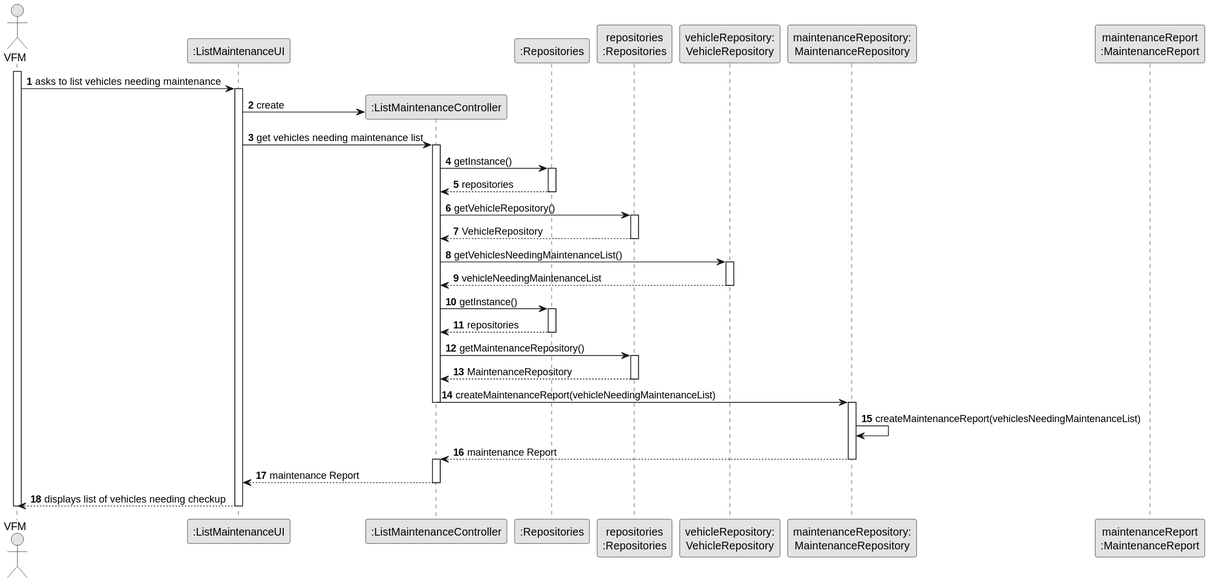
This is docs/sprintC/us008/03.design/svg/us008-sequence-diagram-full.svg from ricardomm7/leaflink, a PlantUML export, as it was before one commit. Its diagram source:
```plantuml
@startuml
skinparam monochrome true
skinparam packageStyle rectangle
skinparam shadowing false

autonumber

actor "VFM" as VFM
participant ":ListMaintenanceUI" as UI
participant ":ListMaintenanceController" as CTRL
participant ":Repositories" as RepositorySingleton
participant "repositories\n:Repositories" as PLAT
participant "vehicleRepository:\nVehicleRepository" as VehicleRepository
participant "maintenanceRepository:\nMaintenanceRepository" as MaintenanceRepository
participant "maintenanceReport\n:MaintenanceReport" as MaintenanceReport

activate VFM

    VFM -> UI : asks to list vehicles needing maintenance
    activate UI

        UI -> CTRL** : create

        UI -> CTRL : get vehicles needing maintenance list
        activate CTRL

            CTRL -> RepositorySingleton : getInstance()
            activate RepositorySingleton

                RepositorySingleton --> CTRL: repositories
            deactivate RepositorySingleton

            CTRL -> PLAT : getVehicleRepository()
            activate PLAT

                PLAT --> CTRL: VehicleRepository
            deactivate PLAT

            CTRL -> VehicleRepository : getVehiclesNeedingMaintenanceList()
            activate VehicleRepository

                VehicleRepository --> CTRL : vehicleNeedingMaintenanceList
            deactivate VehicleRepository


                CTRL -> RepositorySingleton : getInstance()
                activate RepositorySingleton

                    RepositorySingleton --> CTRL: repositories
                deactivate RepositorySingleton

                CTRL -> PLAT : getMaintenanceRepository()
                activate PLAT

                    PLAT --> CTRL: MaintenanceRepository
                deactivate PLAT


                CTRL -> MaintenanceRepository : createMaintenanceReport(vehicleNeedingMaintenanceList)
                deactivate CTRL
                activate MaintenanceRepository

                MaintenanceRepository -> MaintenanceRepository: createMaintenanceReport(vehiclesNeedingMaintenanceList)

                MaintenanceRepository --> CTRL : maintenance Report
                deactivate MaintenanceRepository

            activate CTRL

            CTRL --> UI : maintenance Report
            deactivate CTRL

        UI --> VFM : displays list of vehicles needing checkup
    deactivate UI

deactivate VFM
@enduml
```
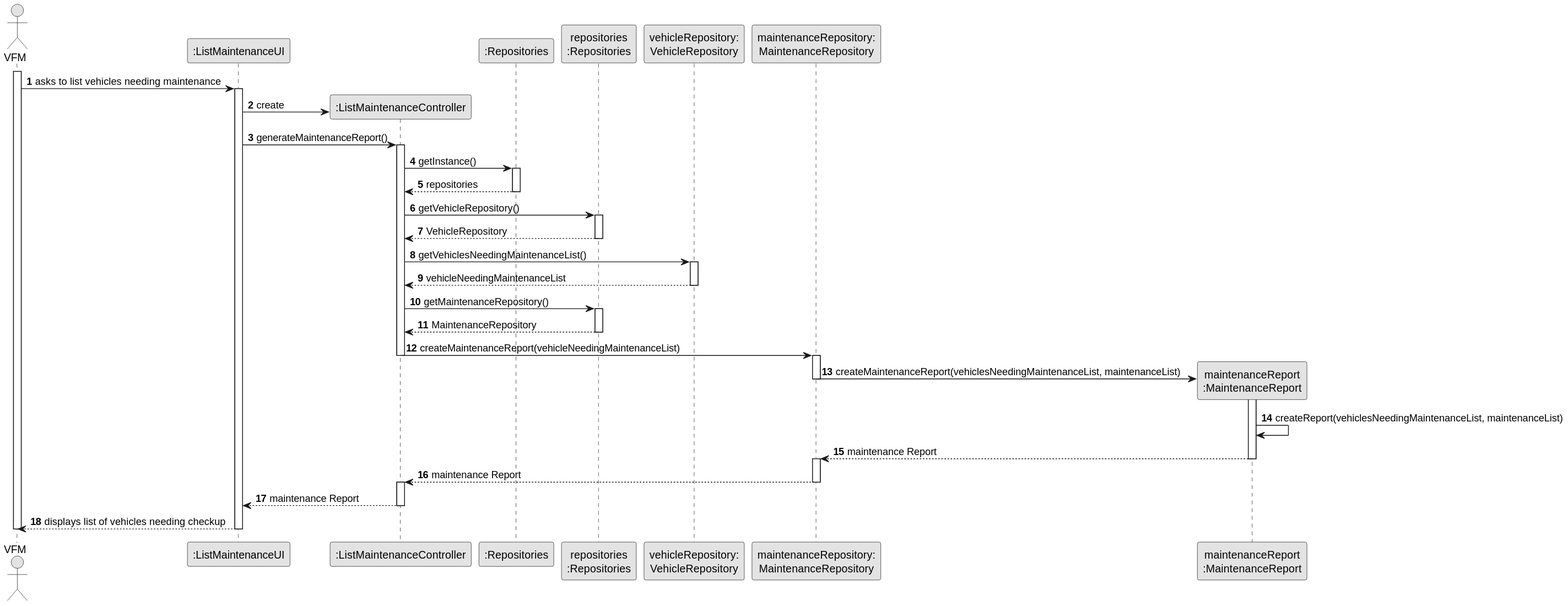
After the change.

Change to the diagram source:
```diff
@@ -21,7 +21,7 @@
 
         UI -> CTRL** : create
 
-        UI -> CTRL : get vehicles needing maintenance list
+        UI -> CTRL : generateMaintenanceReport()
         activate CTRL
 
             CTRL -> RepositorySingleton : getInstance()
@@ -43,12 +43,6 @@
             deactivate VehicleRepository
 
 
-                CTRL -> RepositorySingleton : getInstance()
-                activate RepositorySingleton
-
-                    RepositorySingleton --> CTRL: repositories
-                deactivate RepositorySingleton
-
                 CTRL -> PLAT : getMaintenanceRepository()
                 activate PLAT
 
@@ -60,7 +54,16 @@
                 deactivate CTRL
                 activate MaintenanceRepository
 
-                MaintenanceRepository -> MaintenanceRepository: createMaintenanceReport(vehiclesNeedingMaintenanceList)
+                MaintenanceRepository -> MaintenanceReport**: createMaintenanceReport(vehiclesNeedingMaintenanceList, maintenanceList)
+                deactivate MaintenanceRepository
+                activate MaintenanceReport
+
+                     MaintenanceReport -> MaintenanceReport: createReport(vehiclesNeedingMaintenanceList, maintenanceList)
+
+
+                MaintenanceReport --> MaintenanceRepository: maintenance Report
+                deactivate MaintenanceReport
+                activate MaintenanceRepository
 
                 MaintenanceRepository --> CTRL : maintenance Report
                 deactivate MaintenanceRepository
```
